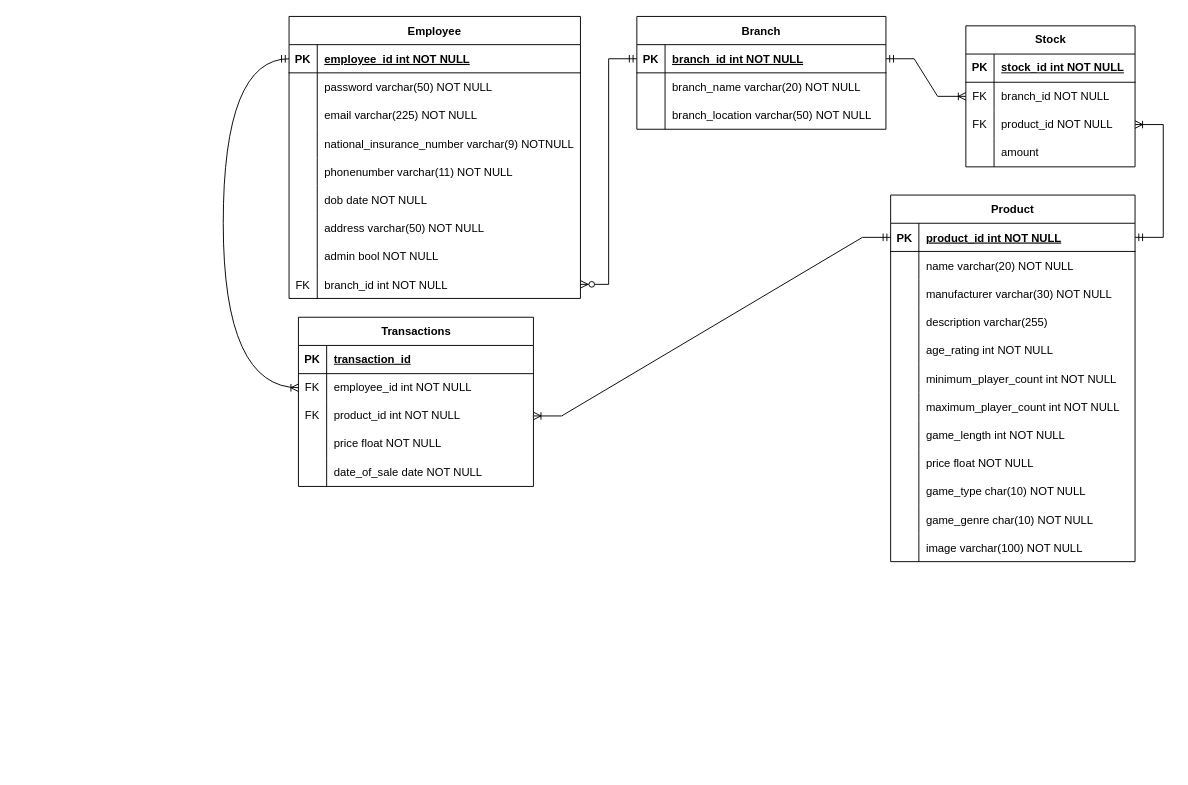
This is docs/InventoryManagementSystemERD.drawio from ScottForster400/Inventory-Management-System-Laravel, a draw.io file, before an edit. Source tidied: cells renumbered, new cells numbered last; positions are measured from the earlier drawing's top-left corner, leaving out a move shared by most shapes. Both pictures are drawn from the tidied source at 94%, with x=0, y=0 at pixel (223, 16).
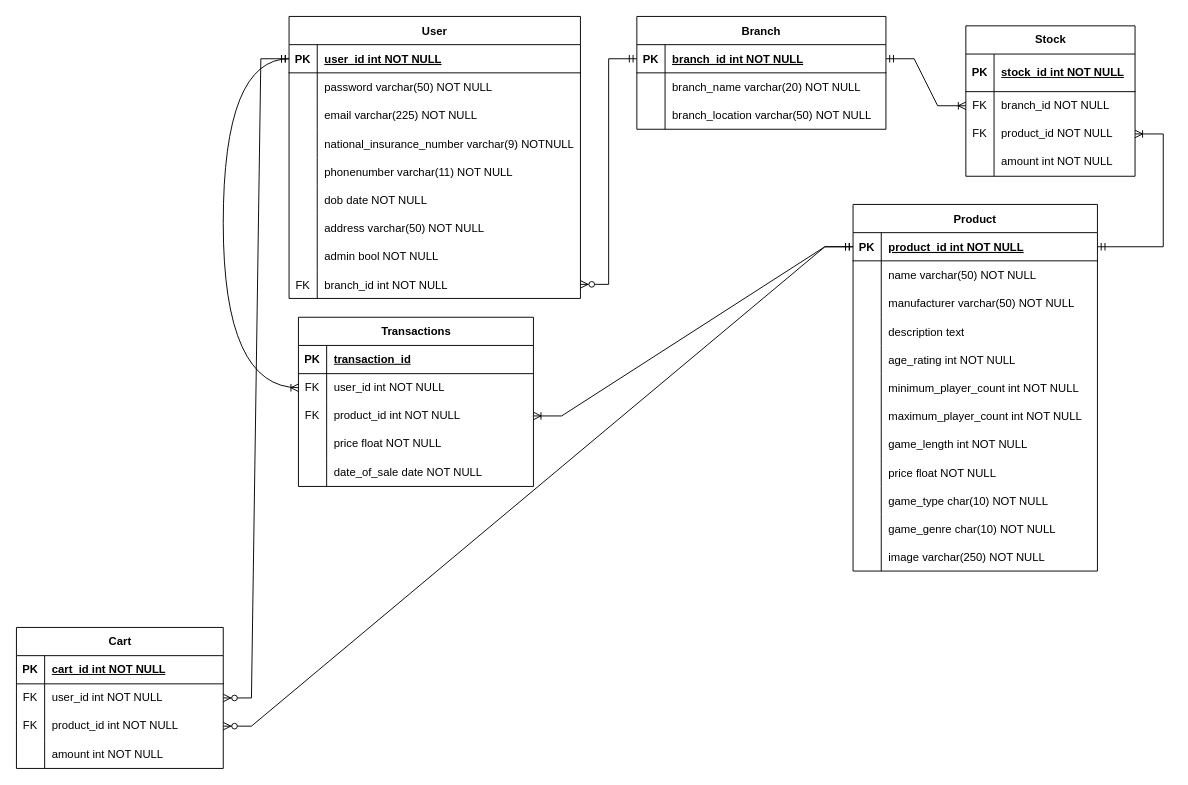
After the change.

The change refers to these unchanged cells:
```xml
<mxCell id="3" style="shape=partialRectangle;fillColor=none;points=[[0,0.5],[1,0.5]];portConstraint=eastwest;top=0;left=0;right=0;bottom=1;" parent="2" vertex="1">
  <mxGeometry y="30" width="260" height="30" as="geometry" />
</mxCell>
<mxCell id="6" style="shape=partialRectangle;fillColor=none;top=0;left=0;right=0;bottom=0;" parent="2" vertex="1">
  <mxGeometry y="60" width="260" height="30" as="geometry" />
</mxCell>
<mxCell id="9" style="shape=partialRectangle;fillColor=none;top=0;left=0;right=0;bottom=0;" parent="2" vertex="1">
  <mxGeometry y="90" width="260" height="30" as="geometry" />
</mxCell>
<mxCell id="12" style="shape=partialRectangle;fillColor=none;top=0;left=0;right=0;bottom=0;" parent="2" vertex="1">
  <mxGeometry y="120" width="260" height="30" as="geometry" />
</mxCell>
<mxCell id="36" style="shape=partialRectangle;fillColor=none;top=0;left=0;right=0;bottom=0;" parent="2" vertex="1">
  <mxGeometry y="360" width="260" height="30" as="geometry" />
</mxCell>
<mxCell id="50" style="shape=partialRectangle;fillColor=none;points=[[0,0.5],[1,0.5]];portConstraint=eastwest;top=0;left=0;right=0;bottom=1;" parent="49" vertex="1">
  <mxGeometry y="30" width="310" height="30" as="geometry" />
</mxCell>
<mxCell id="81" style="shape=tableRow;horizontal=0;startSize=0;swimlaneHead=0;swimlaneBody=0;fillColor=none;points=[[0,0.5],[1,0.5]];portConstraint=eastwest;top=0;left=0;right=0;bottom=0;" parent="77" vertex="1">
  <mxGeometry y="60" width="250" height="30" as="geometry" />
</mxCell>
```

The edit, as a diff of the source:
```diff
@@
     <mxCell id="2" value="Product" style="shape=table;startSize=30;childLayout=tableLayout;rowLines=0;fontStyle=1;align=center;" parent="1" vertex="1">
-      <mxGeometry x="710" y="190" width="260" height="390" as="geometry" />
+      <mxGeometry x="670" y="200" width="260" height="390" as="geometry" />
     </mxCell>
@@
-    <mxCell id="8" value="name varchar(20) NOT NULL" style="shape=partialRectangle;overflow=hidden;fillColor=none;top=0;left=0;bottom=0;right=0;align=left;spacingLeft=6;" parent="6" vertex="1">
+    <mxCell id="8" value="name varchar(50) NOT NULL" style="shape=partialRectangle;overflow=hidden;fillColor=none;top=0;left=0;bottom=0;right=0;align=left;spacingLeft=6;" parent="6" vertex="1">
       <mxGeometry x="30" width="230" height="30" as="geometry" />
     </mxCell>
@@
-    <mxCell id="11" value="manufacturer varchar(30) NOT NULL " style="shape=partialRectangle;overflow=hidden;fillColor=none;top=0;left=0;bottom=0;right=0;align=left;spacingLeft=6;" parent="9" vertex="1">
+    <mxCell id="11" value="manufacturer varchar(50) NOT NULL " style="shape=partialRectangle;overflow=hidden;fillColor=none;top=0;left=0;bottom=0;right=0;align=left;spacingLeft=6;" parent="9" vertex="1">
       <mxGeometry x="30" width="230" height="30" as="geometry" />
     </mxCell>
@@
-    <mxCell id="14" value="description varchar(255) " style="shape=partialRectangle;overflow=hidden;fillColor=none;top=0;left=0;bottom=0;right=0;align=left;spacingLeft=6;" parent="12" vertex="1">
+    <mxCell id="14" value="description text " style="shape=partialRectangle;overflow=hidden;fillColor=none;top=0;left=0;bottom=0;right=0;align=left;spacingLeft=6;" parent="12" vertex="1">
       <mxGeometry x="30" width="230" height="30" as="geometry" />
     </mxCell>
@@
-    <mxCell id="38" value="image varchar(100) NOT NULL" style="shape=partialRectangle;overflow=hidden;fillColor=none;top=0;left=0;bottom=0;right=0;align=left;spacingLeft=6;" parent="36" vertex="1">
+    <mxCell id="38" value="image varchar(250) NOT NULL" style="shape=partialRectangle;overflow=hidden;fillColor=none;top=0;left=0;bottom=0;right=0;align=left;spacingLeft=6;" parent="36" vertex="1">
       <mxGeometry x="30" width="230" height="30" as="geometry" />
     </mxCell>
@@
-    <mxCell id="49" value="Employee" style="shape=table;startSize=30;childLayout=tableLayout;rowLines=0;fontStyle=1;align=center;" parent="1" vertex="1">
+    <mxCell id="49" value="User" style="shape=table;startSize=30;childLayout=tableLayout;rowLines=0;fontStyle=1;align=center;" parent="1" vertex="1">
       <mxGeometry x="70" width="310" height="300" as="geometry" />
     </mxCell>
@@
-    <mxCell id="52" value="employee_id int NOT NULL " style="shape=partialRectangle;overflow=hidden;fillColor=none;top=0;left=0;bottom=0;right=0;align=left;spacingLeft=6;fontStyle=5;" parent="50" vertex="1">
+    <mxCell id="52" value="user_id int NOT NULL " style="shape=partialRectangle;overflow=hidden;fillColor=none;top=0;left=0;bottom=0;right=0;align=left;spacingLeft=6;fontStyle=5;" parent="50" vertex="1">
       <mxGeometry x="30" width="280" height="30" as="geometry" />
     </mxCell>
@@
-    <mxCell id="83" value="employee_id int NOT NULL" style="shape=partialRectangle;fillColor=none;top=0;left=0;bottom=0;right=0;align=left;spacingLeft=6;overflow=hidden;whiteSpace=wrap;html=1;" parent="81" vertex="1">
+    <mxCell id="83" value="user_id int NOT NULL" style="shape=partialRectangle;fillColor=none;top=0;left=0;bottom=0;right=0;align=left;spacingLeft=6;overflow=hidden;whiteSpace=wrap;html=1;" parent="81" vertex="1">
       <mxGeometry x="30" width="220" height="30" as="geometry" />
     </mxCell>
@@
     <mxCell id="93" value="Stock" style="shape=table;startSize=30;childLayout=tableLayout;rowLines=0;fontStyle=1;align=center;html=1;" parent="1" vertex="1">
-      <mxGeometry x="790" y="10" width="180" height="150" as="geometry" />
+      <mxGeometry x="790" y="10" width="180" height="160" as="geometry" />
     </mxCell>
     <mxCell id="94" style="shape=tableRow;horizontal=0;startSize=0;swimlaneHead=0;swimlaneBody=0;fillColor=none;top=0;left=0;right=0;bottom=1;" parent="93" vertex="1">
-      <mxGeometry y="30" width="180" height="30" as="geometry" />
+      <mxGeometry y="30" width="180" height="40" as="geometry" />
     </mxCell>
     <mxCell id="95" value="PK" style="shape=partialRectangle;fillColor=none;top=0;left=0;bottom=0;right=0;fontStyle=1;overflow=hidden;whiteSpace=wrap;html=1;" parent="94" vertex="1">
-      <mxGeometry width="30" height="30" as="geometry" />
+      <mxGeometry width="30" height="40" as="geometry" />
     </mxCell>
     <mxCell id="96" value="stock_id int NOT NULL" style="shape=partialRectangle;fillColor=none;top=0;left=0;bottom=0;right=0;align=left;spacingLeft=6;fontStyle=5;overflow=hidden;whiteSpace=wrap;html=1;" parent="94" vertex="1">
-      <mxGeometry x="30" width="150" height="30" as="geometry" />
+      <mxGeometry x="30" width="150" height="40" as="geometry" />
     </mxCell>
     <mxCell id="97" style="shape=tableRow;horizontal=0;startSize=0;swimlaneHead=0;swimlaneBody=0;fillColor=none;points=[[0,0.5],[1,0.5]];portConstraint=eastwest;top=0;left=0;right=0;bottom=0;" parent="93" vertex="1">
-      <mxGeometry y="60" width="180" height="30" as="geometry" />
+      <mxGeometry y="70" width="180" height="30" as="geometry" />
     </mxCell>
@@
     <mxCell id="100" style="shape=tableRow;horizontal=0;startSize=0;swimlaneHead=0;swimlaneBody=0;fillColor=none;points=[[0,0.5],[1,0.5]];portConstraint=eastwest;top=0;left=0;right=0;bottom=0;" parent="93" vertex="1">
-      <mxGeometry y="90" width="180" height="30" as="geometry" />
+      <mxGeometry y="100" width="180" height="30" as="geometry" />
     </mxCell>
@@
     <mxCell id="103" style="shape=tableRow;horizontal=0;startSize=0;swimlaneHead=0;swimlaneBody=0;fillColor=none;top=0;left=0;right=0;bottom=0;" parent="93" vertex="1">
-      <mxGeometry y="120" width="180" height="30" as="geometry" />
+      <mxGeometry y="130" width="180" height="30" as="geometry" />
     </mxCell>
@@
-    <mxCell id="105" value="amount" style="shape=partialRectangle;fillColor=none;top=0;left=0;bottom=0;right=0;align=left;spacingLeft=6;overflow=hidden;whiteSpace=wrap;html=1;" parent="103" vertex="1">
+    <mxCell id="105" value="amount int NOT NULL" style="shape=partialRectangle;fillColor=none;top=0;left=0;bottom=0;right=0;align=left;spacingLeft=6;overflow=hidden;whiteSpace=wrap;html=1;" parent="103" vertex="1">
       <mxGeometry x="30" width="150" height="30" as="geometry" />
     </mxCell>
@@
-    <mxCell id="109" style="edgeStyle=entityRelationEdgeStyle;fontSize=12;html=1;endArrow=ERoneToMany;startArrow=ERmandOne;rounded=0;entryX=1;entryY=0.5;entryDx=0;entryDy=0;exitX=1;exitY=0.5;exitDx=0;exitDy=0;" parent="1" edge="1" source="3" target="100">
-      <mxGeometry relative="1" as="geometry" />
+    <mxCell id="109" style="edgeStyle=entityRelationEdgeStyle;fontSize=12;html=1;endArrow=ERoneToMany;startArrow=ERmandOne;rounded=0;exitX=1;exitY=0.5;exitDx=0;exitDy=0;" parent="1" edge="1" source="3" target="100">
+      <mxGeometry relative="1" as="geometry">
+        <Array as="points">
+          <mxPoint x="980" y="180" />
+        </Array>
+      </mxGeometry>
     </mxCell>
@@
+    <mxCell id="111" value="Cart" style="shape=table;startSize=30;childLayout=tableLayout;rowLines=0;fontStyle=1;align=center;html=1;" parent="1" vertex="1">
+      <mxGeometry x="-220" y="650" width="220" height="150" as="geometry" />
+    </mxCell>
+    <mxCell id="112" style="shape=tableRow;horizontal=0;startSize=0;swimlaneHead=0;swimlaneBody=0;fillColor=none;top=0;left=0;right=0;bottom=1;" parent="111" vertex="1">
+      <mxGeometry y="30" width="220" height="30" as="geometry" />
+    </mxCell>
+    <mxCell id="113" value="PK" style="shape=partialRectangle;fillColor=none;top=0;left=0;bottom=0;right=0;fontStyle=1;overflow=hidden;whiteSpace=wrap;html=1;" parent="112" vertex="1">
+      <mxGeometry width="30" height="30" as="geometry" />
+    </mxCell>
+    <mxCell id="114" value="cart_id int NOT NULL" style="shape=partialRectangle;fillColor=none;top=0;left=0;bottom=0;right=0;align=left;spacingLeft=6;fontStyle=5;overflow=hidden;whiteSpace=wrap;html=1;" parent="112" vertex="1">
+      <mxGeometry x="30" width="190" height="30" as="geometry" />
+    </mxCell>
+    <mxCell id="115" style="shape=tableRow;horizontal=0;startSize=0;swimlaneHead=0;swimlaneBody=0;fillColor=none;points=[[0,0.5],[1,0.5]];portConstraint=eastwest;top=0;left=0;right=0;bottom=0;" parent="111" vertex="1">
+      <mxGeometry y="60" width="220" height="30" as="geometry" />
+    </mxCell>
+    <mxCell id="116" value="FK" style="shape=partialRectangle;fillColor=none;top=0;left=0;bottom=0;right=0;overflow=hidden;whiteSpace=wrap;html=1;" parent="115" vertex="1">
+      <mxGeometry width="30" height="30" as="geometry" />
+    </mxCell>
+    <mxCell id="117" value="user_id int NOT NULL" style="shape=partialRectangle;fillColor=none;top=0;left=0;bottom=0;right=0;align=left;spacingLeft=6;overflow=hidden;whiteSpace=wrap;html=1;" parent="115" vertex="1">
+      <mxGeometry x="30" width="190" height="30" as="geometry" />
+    </mxCell>
+    <mxCell id="118" style="shape=tableRow;horizontal=0;startSize=0;swimlaneHead=0;swimlaneBody=0;fillColor=none;points=[[0,0.5],[1,0.5]];portConstraint=eastwest;top=0;left=0;right=0;bottom=0;" parent="111" vertex="1">
+      <mxGeometry y="90" width="220" height="30" as="geometry" />
+    </mxCell>
+    <mxCell id="119" value="FK" style="shape=partialRectangle;fillColor=none;top=0;left=0;bottom=0;right=0;overflow=hidden;whiteSpace=wrap;html=1;" parent="118" vertex="1">
+      <mxGeometry width="30" height="30" as="geometry" />
+    </mxCell>
+    <mxCell id="120" value="product_id int NOT NULL" style="shape=partialRectangle;fillColor=none;top=0;left=0;bottom=0;right=0;align=left;spacingLeft=6;overflow=hidden;whiteSpace=wrap;html=1;" parent="118" vertex="1">
+      <mxGeometry x="30" width="190" height="30" as="geometry" />
+    </mxCell>
+    <mxCell id="121" style="shape=tableRow;horizontal=0;startSize=0;swimlaneHead=0;swimlaneBody=0;fillColor=none;top=0;left=0;right=0;bottom=0;" parent="111" vertex="1">
+      <mxGeometry y="120" width="220" height="30" as="geometry" />
+    </mxCell>
+    <mxCell id="122" style="shape=partialRectangle;fillColor=none;top=0;left=0;bottom=0;right=0;overflow=hidden;whiteSpace=wrap;html=1;" parent="121" vertex="1">
+      <mxGeometry width="30" height="30" as="geometry" />
+    </mxCell>
+    <mxCell id="123" value="amount int NOT NULL" style="shape=partialRectangle;fillColor=none;top=0;left=0;bottom=0;right=0;align=left;spacingLeft=6;overflow=hidden;whiteSpace=wrap;html=1;" parent="121" vertex="1">
+      <mxGeometry x="30" width="190" height="30" as="geometry" />
+    </mxCell>
+    <mxCell id="124" style="edgeStyle=entityRelationEdgeStyle;fontSize=12;html=1;endArrow=ERzeroToMany;startArrow=ERmandOne;rounded=0;" parent="1" edge="1" source="50" target="115">
+      <mxGeometry relative="1" as="geometry">
+        <Array as="points">
+          <mxPoint x="-160" y="600" />
+        </Array>
+      </mxGeometry>
+    </mxCell>
+    <mxCell id="125" style="edgeStyle=entityRelationEdgeStyle;fontSize=12;html=1;endArrow=ERzeroToMany;startArrow=ERmandOne;rounded=0;" parent="1" edge="1" source="3" target="118">
+      <mxGeometry relative="1" as="geometry" />
+    </mxCell>
```
